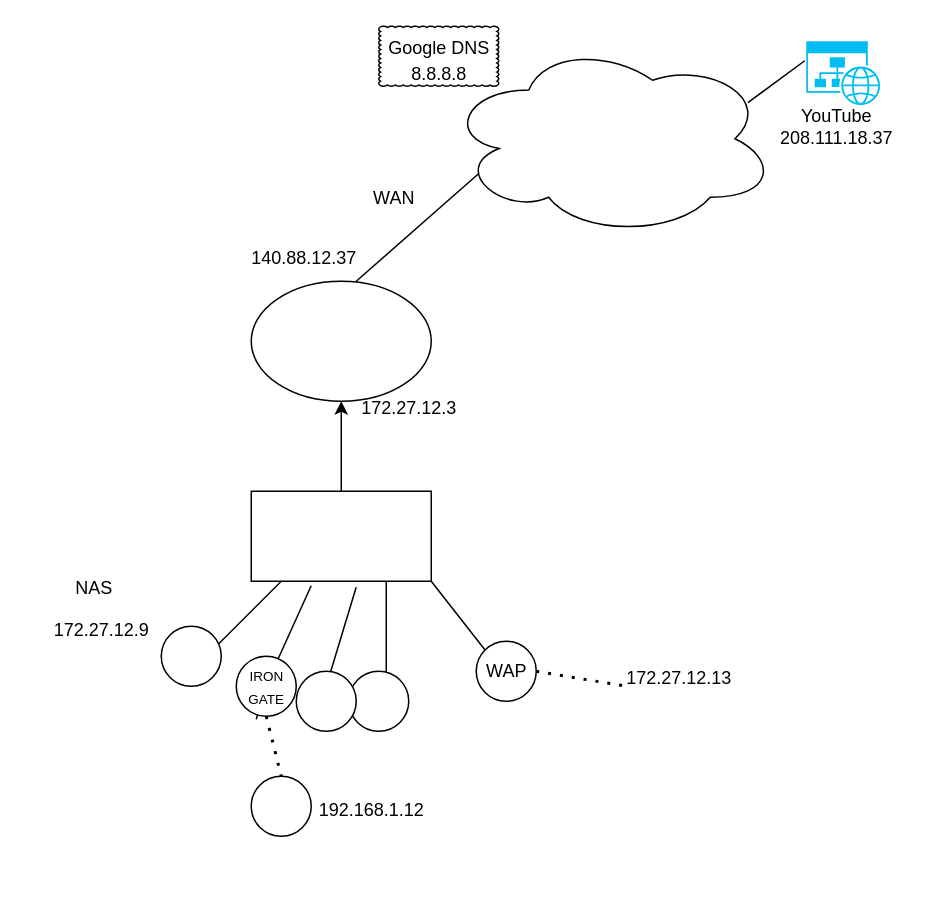
Before: Untitled Diagram.drawio in geohop/netops, a draw.io diagram. Source tidied: cells renumbered, new cells numbered last; positions are measured from the earlier drawing's top-left corner, leaving out a move shared by most shapes. Both pictures are drawn from the tidied source at 150%, with x=0, y=0 at pixel (33, 26).
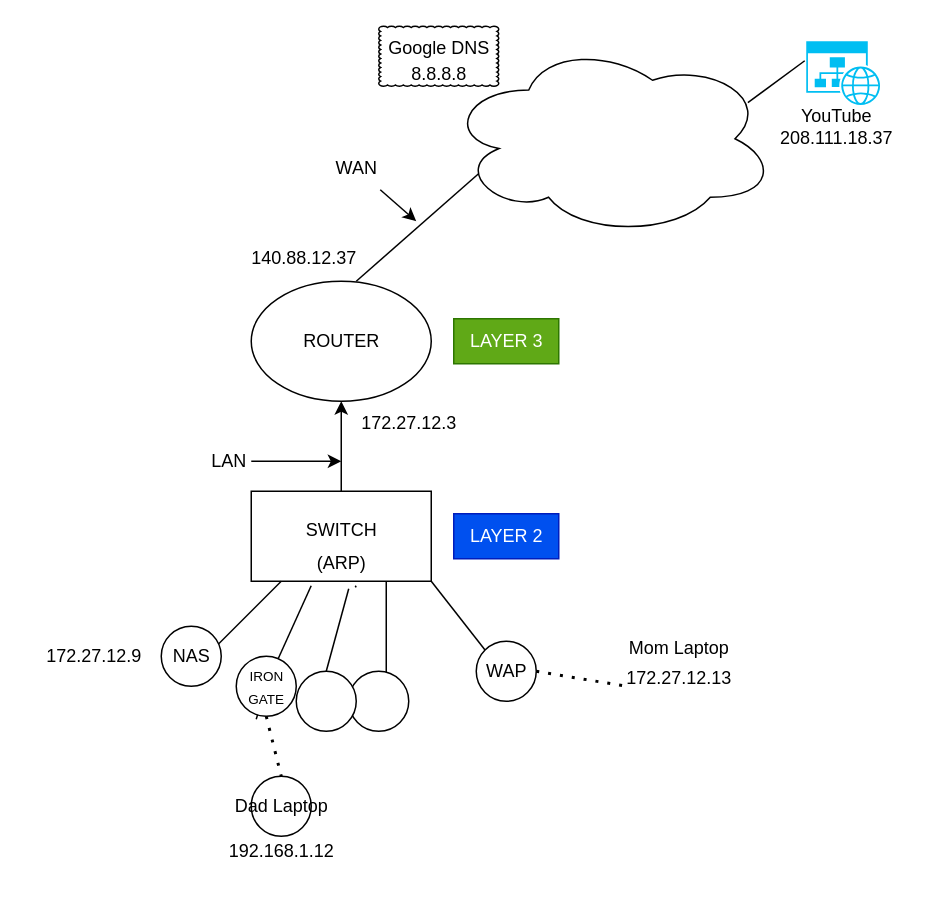
The same diagram, later.

Commit message:
Updated Kayla Lesson 1 - Interfaces.drawio

Unchanged cells that the change refers to:
```xml
<mxCell id="4" style="rounded=0;whiteSpace=wrap;html=1;" parent="1" vertex="1">
  <mxGeometry x="145" y="310" width="120" height="60" as="geometry" />
</mxCell>
```

What changed in the source:
```diff
@@
-    <mxCell id="8" style="endArrow=none;html=1;rounded=0;entryX=0.583;entryY=1.067;entryDx=0;entryDy=0;entryPerimeter=0;" parent="1" edge="1" target="4">
-      <mxGeometry relative="1" as="geometry">
-        <mxPoint x="195" y="440" as="sourcePoint" />
-      </mxGeometry>
+    <mxCell id="8" style="endArrow=none;html=1;rounded=0;entryX=0.583;entryY=1.067;entryDx=0;entryDy=0;entryPerimeter=0;" parent="1" edge="1" source="40" target="4">
+      <mxGeometry relative="1" as="geometry" />
     </mxCell>
@@
     <mxCell id="17" value="WAN" style="text;html=1;align=center;verticalAlign=middle;points=[];strokeColor=none;fillColor=none;" parent="1" vertex="1">
-      <mxGeometry x="215" y="100" width="50" height="30" as="geometry" />
+      <mxGeometry x="190" y="80" width="50" height="30" as="geometry" />
     </mxCell>
@@
     <mxCell id="20" value="172.27.12.9" style="text;html=1;align=center;verticalAlign=middle;strokeColor=none;fillColor=none;" parent="1" vertex="1">
-      <mxGeometry y="388" width="90" height="30" as="geometry" />
+      <mxGeometry x="-5" y="405" width="90" height="30" as="geometry" />
     </mxCell>
     <mxCell id="21" value="172.27.12.3" style="text;html=1;align=center;verticalAlign=middle;strokeColor=none;fillColor=none;" parent="1" vertex="1">
-      <mxGeometry x="205" y="240" width="90" height="30" as="geometry" />
+      <mxGeometry x="205" y="250" width="90" height="30" as="geometry" />
     </mxCell>
@@
     <mxCell id="24" value="NAS" style="text;html=1;align=center;verticalAlign=middle;strokeColor=none;fillColor=none;" parent="1" vertex="1">
-      <mxGeometry x="15" y="360" width="50" height="30" as="geometry" />
+      <mxGeometry x="80" y="405" width="50" height="30" as="geometry" />
     </mxCell>
@@
     <mxCell id="28" value="192.168.1.12" style="text;html=1;align=center;verticalAlign=middle;strokeColor=none;fillColor=none;" parent="1" vertex="1">
-      <mxGeometry x="180" y="508" width="90" height="30" as="geometry" />
+      <mxGeometry x="120" y="535" width="90" height="30" as="geometry" />
     </mxCell>
@@
+    <mxCell id="37" value="ROUTER" style="text;html=1;align=center;verticalAlign=middle;strokeColor=none;fillColor=none;" parent="1" vertex="1">
+      <mxGeometry x="170" y="195" width="70" height="30" as="geometry" />
+    </mxCell>
+    <mxCell id="38" value="SWITCH" style="text;html=1;align=center;verticalAlign=middle;strokeColor=none;fillColor=none;" parent="1" vertex="1">
+      <mxGeometry x="170" y="321" width="70" height="30" as="geometry" />
+    </mxCell>
+    <mxCell id="39" style="endArrow=none;html=1;rounded=0;entryX=0.583;entryY=1.067;entryDx=0;entryDy=0;entryPerimeter=0;" parent="1" edge="1" target="40">
+      <mxGeometry relative="1" as="geometry">
+        <mxPoint x="195" y="430" as="sourcePoint" />
+      </mxGeometry>
+    </mxCell>
+    <mxCell id="40" value="(ARP)" style="text;html=1;align=center;verticalAlign=middle;points=[];strokeColor=none;fillColor=none;" parent="1" vertex="1">
+      <mxGeometry x="175" y="343" width="60" height="30" as="geometry" />
+    </mxCell>
+    <mxCell id="41" value="LAYER 2" style="text;html=1;align=center;verticalAlign=middle;strokeColor=#001DBC;fillColor=#0050ef;fontColor=#ffffff;" parent="1" vertex="1">
+      <mxGeometry x="280" y="325" width="70" height="30" as="geometry" />
+    </mxCell>
+    <mxCell id="42" value="LAYER 3" style="text;html=1;align=center;verticalAlign=middle;strokeColor=#2D7600;fillColor=#60a917;fontColor=#ffffff;" parent="1" vertex="1">
+      <mxGeometry x="280" y="195" width="70" height="30" as="geometry" />
+    </mxCell>
+    <mxCell id="43" style="endArrow=classic;html=1;rounded=0;" parent="1" edge="1">
+      <mxGeometry relative="1" as="geometry">
+        <mxPoint x="145" y="290" as="sourcePoint" />
+        <mxPoint x="205" y="290" as="targetPoint" />
+      </mxGeometry>
+    </mxCell>
+    <mxCell id="44" value="LAN" style="text;html=1;align=center;verticalAlign=middle;strokeColor=none;fillColor=none;" parent="1" vertex="1">
+      <mxGeometry x="105" y="275" width="50" height="30" as="geometry" />
+    </mxCell>
+    <mxCell id="45" style="endArrow=classic;html=1;rounded=0;exitX=0.82;exitY=0.967;exitDx=0;exitDy=0;exitPerimeter=0;" parent="1" edge="1" source="17">
+      <mxGeometry relative="1" as="geometry">
+        <mxPoint x="255" y="130" as="targetPoint" />
+      </mxGeometry>
+    </mxCell>
+    <mxCell id="46" value="Mom Laptop" style="text;html=1;align=center;verticalAlign=middle;strokeColor=none;fillColor=none;" parent="1" vertex="1">
+      <mxGeometry x="385" y="400" width="90" height="30" as="geometry" />
+    </mxCell>
+    <mxCell id="47" value="Dad Laptop" style="text;html=1;align=center;verticalAlign=middle;strokeColor=none;fillColor=none;" parent="1" vertex="1">
+      <mxGeometry x="120" y="505" width="90" height="30" as="geometry" />
+    </mxCell>
```
